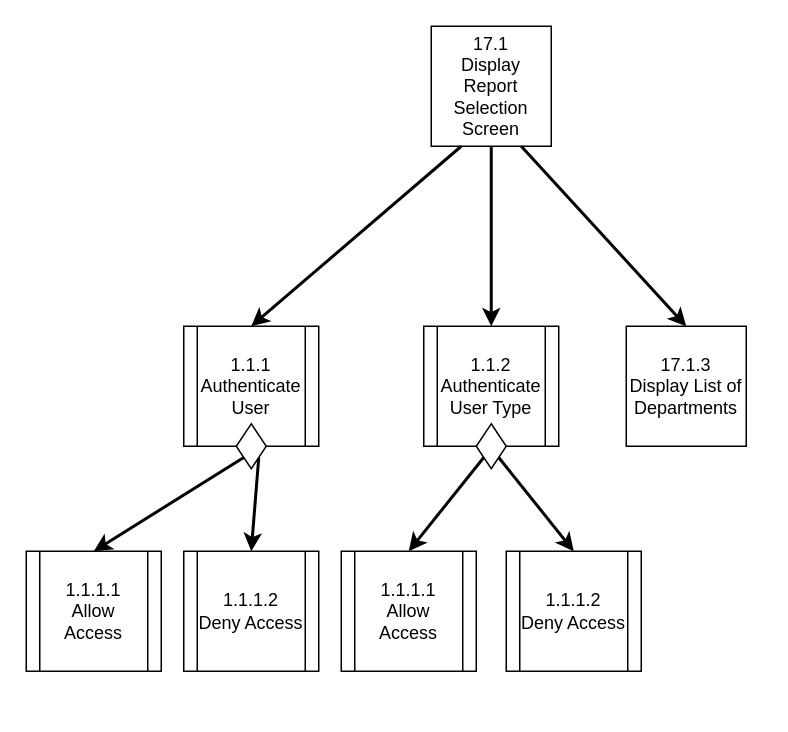
Harlento/SchedulingSystem keeps this draw.io diagram as page "17.1: Display Report Creation Screen" (1 of 2) of Diagrams/StructureCharts/Proc17ViewReports.drawio. Above is the earlier version. Source tidied: cells renumbered, new cells numbered last; positions are measured from the earlier drawing's top-left corner, leaving out a move shared by most shapes. Both pictures are drawn from the tidied source at 150%, with x=0, y=0 at pixel (26, 26).
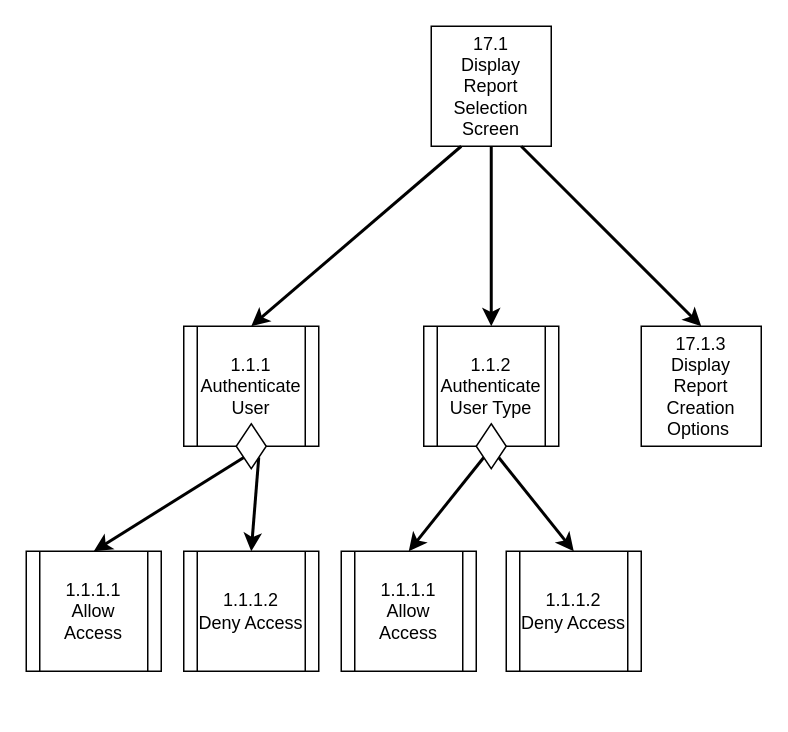
After the change.

Diff of the diagram source:
```diff
@@
-    <mxCell id="4" value="17.1.3&lt;br&gt;Display List of Departments" style="whiteSpace=wrap;html=1;" parent="1" vertex="1">
-      <mxGeometry x="400" y="200" width="80" height="80" as="geometry" />
+    <mxCell id="4" value="17.1.3&lt;br&gt;Display Report Creation Options&amp;nbsp;" style="whiteSpace=wrap;html=1;" parent="1" vertex="1">
+      <mxGeometry x="410" y="200" width="80" height="80" as="geometry" />
     </mxCell>
```
